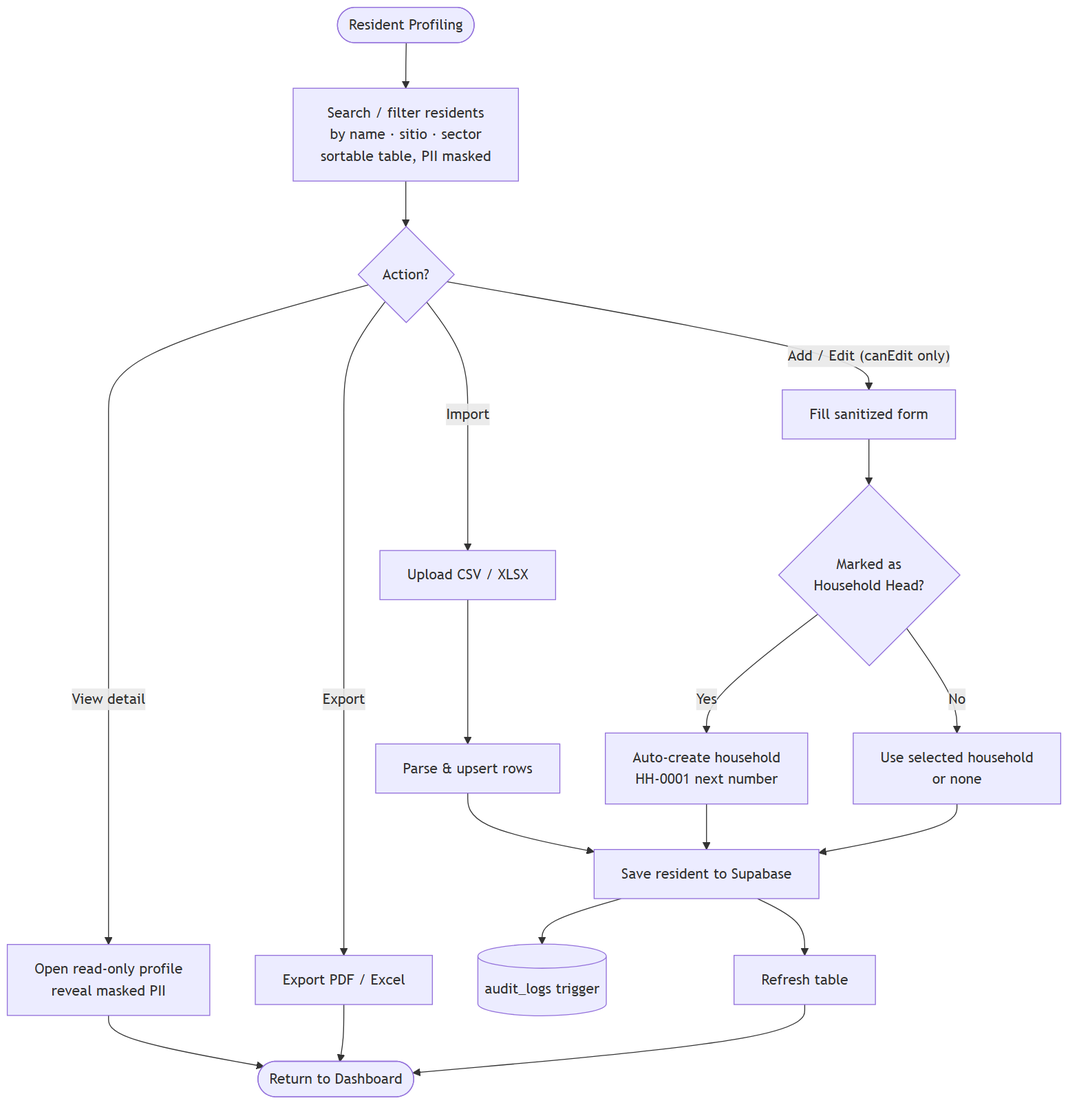
The Mermaid diagram diagrams/modules/resident_profiling.png in KellyEspera/protect, before a commit. Its source is kept beside it as diagrams/modules/resident_profiling.mmd. Its diagram source:
```mermaid
flowchart TD
    A([Resident Profiling]) --> List[Search / filter residents<br/>by name · sitio · sector<br/>sortable table, PII masked]
    List --> Act{Action?}

    Act -- View detail --> Detail[Open read-only profile<br/>reveal masked PII]
    Act -- Export --> Exp[Export PDF / Excel]
    Act -- Import --> Imp[Upload CSV / XLSX] --> Parse[Parse & upsert rows] --> Save
    Act -- "Add / Edit (canEdit only)" --> Form[Fill sanitized form]

    Form --> Head{Marked as<br/>Household Head?}
    Head -- Yes --> NewHH[Auto-create household<br/>HH-0001 next number]
    Head -- No --> Link[Use selected household<br/>or none]
    NewHH --> Save[Save resident to Supabase]
    Link --> Save
    Save --> Audit[(audit_logs trigger)]
    Save --> Refresh[Refresh table]

    Detail --> Done([Return to Dashboard])
    Exp --> Done
    Refresh --> Done
```
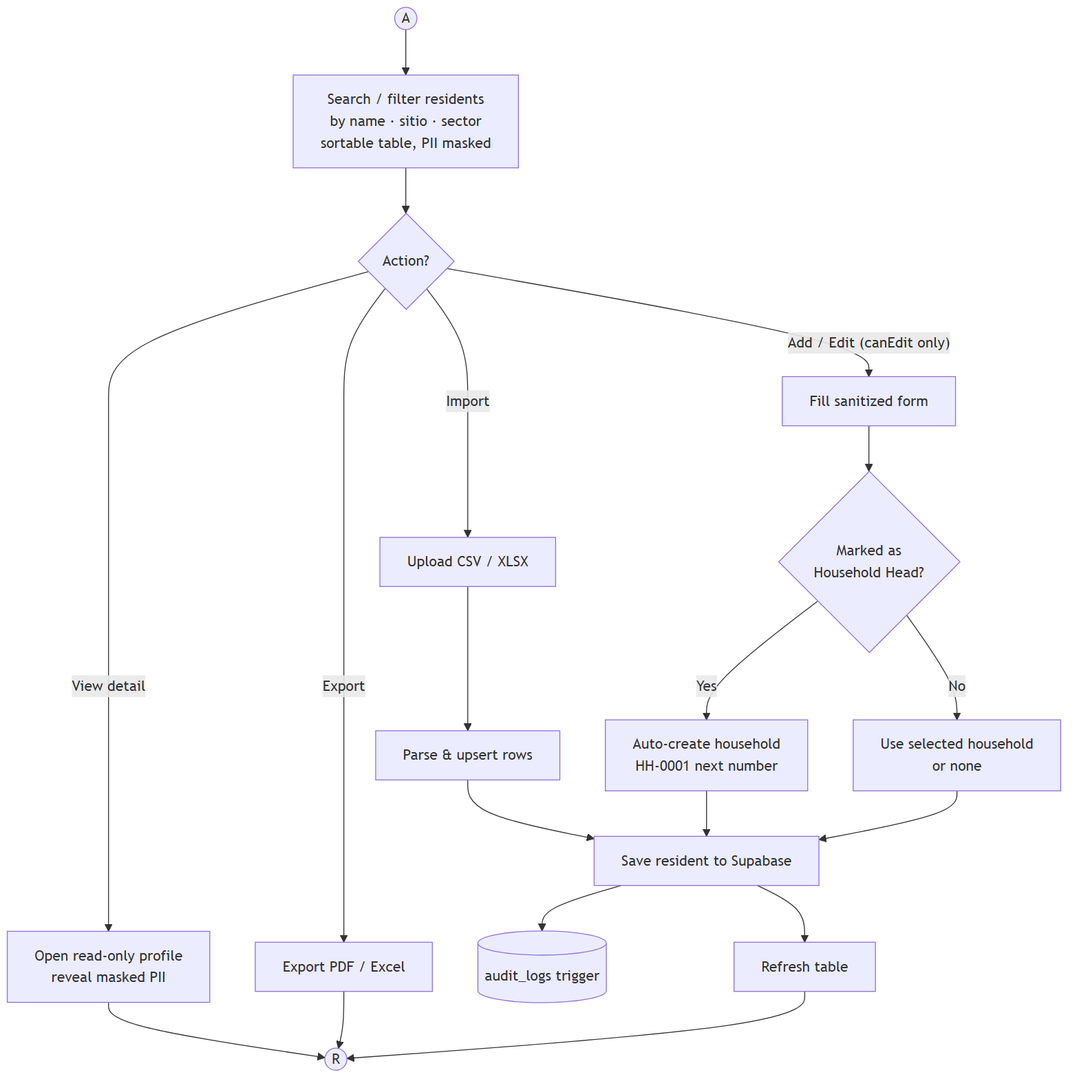
After the commit.

Change to the diagram source:
```diff
@@ -1,5 +1,5 @@
 flowchart TD
-    A([Resident Profiling]) --> List[Search / filter residents<br/>by name · sitio · sector<br/>sortable table, PII masked]
+    A((A)) --> List[Search / filter residents<br/>by name · sitio · sector<br/>sortable table, PII masked]
     List --> Act{Action?}
 
     Act -- View detail --> Detail[Open read-only profile<br/>reveal masked PII]
@@ -15,6 +15,6 @@
     Save --> Audit[(audit_logs trigger)]
     Save --> Refresh[Refresh table]
 
-    Detail --> Done([Return to Dashboard])
-    Exp --> Done
-    Refresh --> Done
+    Detail --> R((R))
+    Exp --> R
+    Refresh --> R
```
